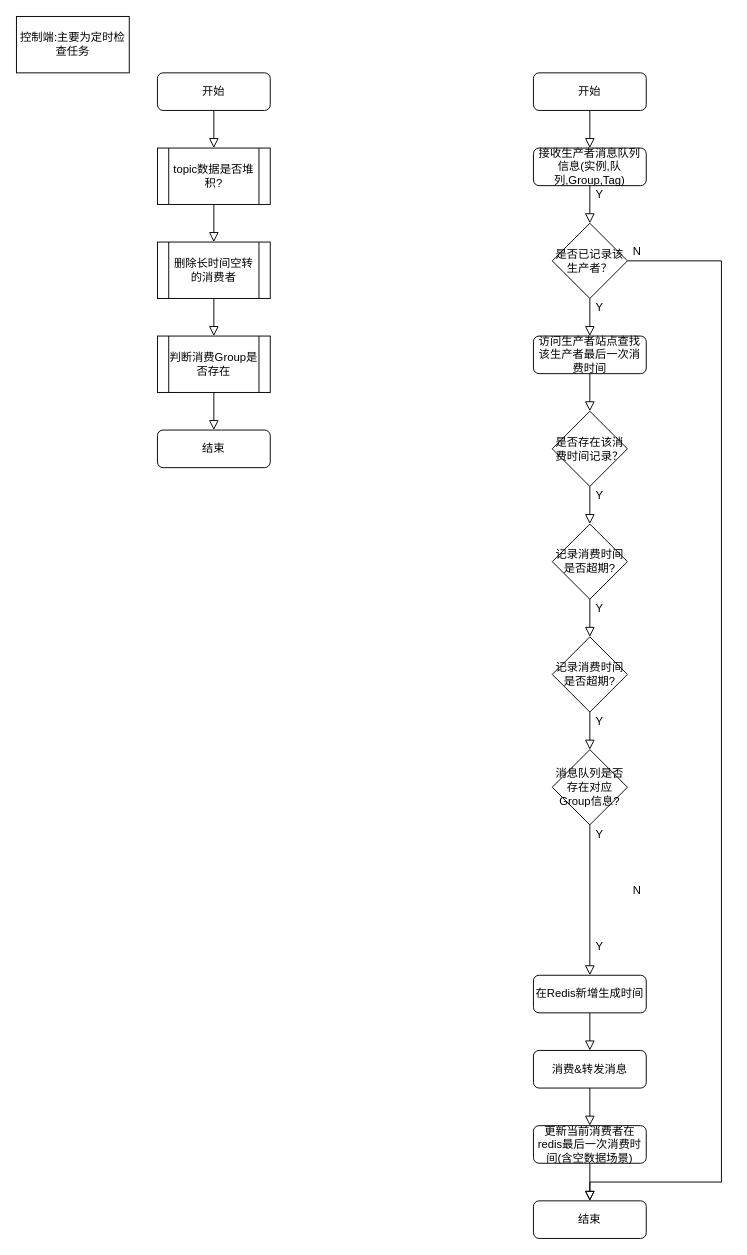
The draw.io diagram page "消息队列控制端" (4 of 5) of 懂牛生产者.drawio in yigoC/test, before the edit. Source tidied: cells renumbered, new cells numbered last; positions are measured from the earlier drawing's top-left corner, leaving out a move shared by most shapes. Both pictures are drawn from the tidied source at 94%, with x=0, y=0 at pixel (16, 16).
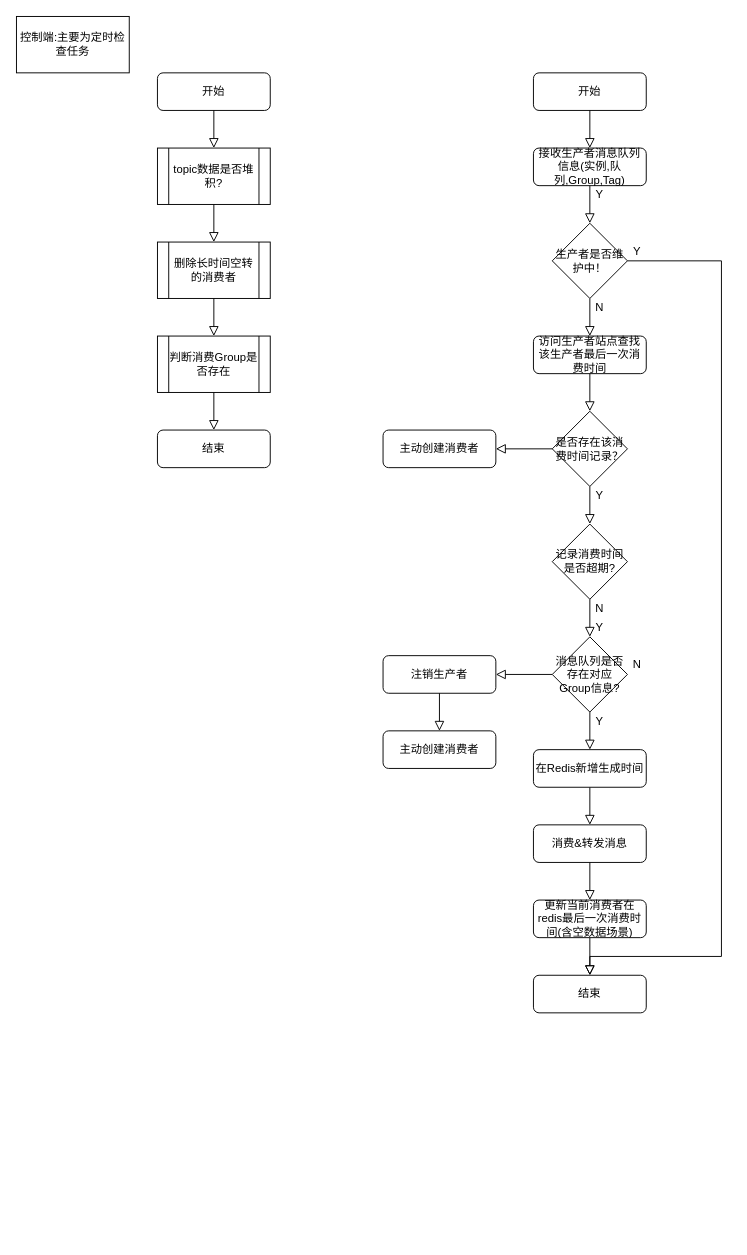
After the change.

The change refers to these unchanged cells:
```xml
<mxCell id="31" value="是否存在该消费时间记录？" style="rhombus;whiteSpace=wrap;html=1;" parent="1" vertex="1">
  <mxGeometry x="570" y="420" width="80" height="80" as="geometry" />
</mxCell>
<mxCell id="33" value="记录消费时间是否超期?" style="rhombus;whiteSpace=wrap;html=1;" parent="1" vertex="1">
  <mxGeometry x="570" y="540" width="80" height="80" as="geometry" />
</mxCell>
```

What changed in the source:
```diff
@@
     <mxCell id="14" value="结束" style="rounded=1;whiteSpace=wrap;html=1;fontSize=12;glass=0;strokeWidth=1;shadow=0;" parent="1" vertex="1">
-      <mxGeometry x="550" y="1260" width="120" height="40" as="geometry" />
+      <mxGeometry x="550" y="1020" width="120" height="40" as="geometry" />
     </mxCell>
@@
     <mxCell id="18" value="消费&amp;amp;转发消息" style="rounded=1;whiteSpace=wrap;html=1;fontSize=12;glass=0;strokeWidth=1;shadow=0;" parent="1" vertex="1">
-      <mxGeometry x="550" y="1100" width="120" height="40" as="geometry" />
+      <mxGeometry x="550" y="860" width="120" height="40" as="geometry" />
     </mxCell>
@@
     <mxCell id="22" value="消息队列是否存在对应Group信息?" style="rhombus;whiteSpace=wrap;html=1;" parent="1" vertex="1">
-      <mxGeometry x="570" y="780" width="80" height="80" as="geometry" />
+      <mxGeometry x="570" y="660" width="80" height="80" as="geometry" />
     </mxCell>
-    <mxCell id="23" style="rounded=0;html=1;jettySize=auto;fontSize=11;endArrow=block;endFill=0;endSize=8;strokeWidth=1;shadow=0;labelBackgroundColor=none;edgeStyle=orthogonalEdgeStyle;exitX=0.5;exitY=1;exitDx=0;exitDy=0;" parent="1" edge="1" source="35" target="22">
-      <mxGeometry relative="1" as="geometry" />
-    </mxCell>
     <mxCell id="24" value="Y" style="text;html=1;align=center;verticalAlign=middle;" parent="1" vertex="1">
-      <mxGeometry x="610" y="980" width="20" height="20" as="geometry" />
+      <mxGeometry x="610" y="740" width="20" height="20" as="geometry" />
     </mxCell>
     <mxCell id="25" value="N" style="text;html=1;align=center;verticalAlign=middle;" parent="1" vertex="1">
-      <mxGeometry x="650" y="920" width="20" height="20" as="geometry" />
+      <mxGeometry x="650" y="680" width="20" height="20" as="geometry" />
     </mxCell>
     <mxCell id="26" value="在Redis新增生成时间" style="rounded=1;whiteSpace=wrap;html=1;fontSize=12;glass=0;strokeWidth=1;shadow=0;" parent="1" vertex="1">
-      <mxGeometry x="550" y="1020" width="120" height="40" as="geometry" />
+      <mxGeometry x="550" y="780" width="120" height="40" as="geometry" />
     </mxCell>
@@
     <mxCell id="28" value="更新当前消费者在redis最后一次消费时间(含空数据场景)" style="rounded=1;whiteSpace=wrap;html=1;fontSize=12;glass=0;strokeWidth=1;shadow=0;" parent="1" vertex="1">
-      <mxGeometry x="550" y="1180" width="120" height="40" as="geometry" />
+      <mxGeometry x="550" y="940" width="120" height="40" as="geometry" />
     </mxCell>
@@
-    <mxCell id="30" value="是否已记录该生产者？" style="rhombus;whiteSpace=wrap;html=1;" parent="1" vertex="1">
+    <mxCell id="30" value="生产者是否维护中！" style="rhombus;whiteSpace=wrap;html=1;" parent="1" vertex="1">
       <mxGeometry x="570" y="220" width="80" height="80" as="geometry" />
     </mxCell>
@@
-    <mxCell id="35" value="记录消费时间是否超期?" style="rhombus;whiteSpace=wrap;html=1;" parent="1" vertex="1">
-      <mxGeometry x="570" y="660" width="80" height="80" as="geometry" />
-    </mxCell>
-    <mxCell id="36" style="rounded=0;html=1;jettySize=auto;fontSize=11;endArrow=block;endFill=0;endSize=8;strokeWidth=1;shadow=0;labelBackgroundColor=none;edgeStyle=orthogonalEdgeStyle;" parent="1" edge="1" source="33" target="35">
+    <mxCell id="36" style="rounded=0;html=1;jettySize=auto;fontSize=11;endArrow=block;endFill=0;endSize=8;strokeWidth=1;shadow=0;labelBackgroundColor=none;edgeStyle=orthogonalEdgeStyle;entryX=0.5;entryY=0;entryDx=0;entryDy=0;" parent="1" edge="1" source="33" target="22">
       <mxGeometry relative="1" as="geometry" />
     </mxCell>
@@
-    <mxCell id="38" value="Y&lt;br&gt;" style="text;html=1;align=center;verticalAlign=middle;" parent="1" vertex="1">
+    <mxCell id="38" value="N" style="text;html=1;align=center;verticalAlign=middle;" parent="1" vertex="1">
       <mxGeometry x="610" y="620" width="20" height="20" as="geometry" />
     </mxCell>
-    <mxCell id="39" value="Y&lt;br&gt;" style="text;html=1;align=center;verticalAlign=middle;" parent="1" vertex="1">
-      <mxGeometry x="610" y="740" width="20" height="20" as="geometry" />
-    </mxCell>
     <mxCell id="40" value="Y&lt;br&gt;" style="text;html=1;align=center;verticalAlign=middle;" parent="1" vertex="1">
-      <mxGeometry x="610" y="860" width="20" height="20" as="geometry" />
+      <mxGeometry x="610" y="640" width="20" height="20" as="geometry" />
     </mxCell>
@@
     <mxCell id="42" style="rounded=0;html=1;jettySize=auto;fontSize=11;endArrow=block;endFill=0;endSize=8;strokeWidth=1;shadow=0;labelBackgroundColor=none;edgeStyle=orthogonalEdgeStyle;exitX=1;exitY=0.5;exitDx=0;exitDy=0;" parent="1" edge="1" source="30">
       <mxGeometry relative="1" as="geometry">
-        <mxPoint x="610" y="1260" as="targetPoint" />
+        <mxPoint x="610" y="1020" as="targetPoint" />
         <Array as="points">
           <mxPoint x="750" y="260" />
-          <mxPoint x="750" y="1240" />
-          <mxPoint x="610" y="1240" />
+          <mxPoint x="750" y="1000" />
+          <mxPoint x="610" y="1000" />
         </Array>
       </mxGeometry>
     </mxCell>
-    <mxCell id="43" value="N" style="text;html=1;align=center;verticalAlign=middle;" parent="1" vertex="1">
+    <mxCell id="43" value="Y" style="text;html=1;align=center;verticalAlign=middle;" parent="1" vertex="1">
       <mxGeometry x="650" y="240" width="20" height="20" as="geometry" />
     </mxCell>
-    <mxCell id="44" value="Y&lt;br&gt;" style="text;html=1;align=center;verticalAlign=middle;" parent="1" vertex="1">
+    <mxCell id="44" value="N" style="text;html=1;align=center;verticalAlign=middle;" parent="1" vertex="1">
       <mxGeometry x="610" y="300" width="20" height="20" as="geometry" />
     </mxCell>
+    <mxCell id="45" value="主动创建消费者" style="rounded=1;whiteSpace=wrap;html=1;fontSize=12;glass=0;strokeWidth=1;shadow=0;" parent="1" vertex="1">
+      <mxGeometry x="390" y="440" width="120" height="40" as="geometry" />
+    </mxCell>
+    <mxCell id="46" style="rounded=0;html=1;jettySize=auto;fontSize=11;endArrow=block;endFill=0;endSize=8;strokeWidth=1;shadow=0;labelBackgroundColor=none;edgeStyle=orthogonalEdgeStyle;entryX=1;entryY=0.5;entryDx=0;entryDy=0;exitX=0;exitY=0.5;exitDx=0;exitDy=0;" parent="1" edge="1" source="31" target="45">
+      <mxGeometry relative="1" as="geometry" />
+    </mxCell>
+    <mxCell id="47" value="注销生产者" style="rounded=1;whiteSpace=wrap;html=1;fontSize=12;glass=0;strokeWidth=1;shadow=0;" parent="1" vertex="1">
+      <mxGeometry x="390" y="680" width="120" height="40" as="geometry" />
+    </mxCell>
+    <mxCell id="48" style="rounded=0;html=1;jettySize=auto;fontSize=11;endArrow=block;endFill=0;endSize=8;strokeWidth=1;shadow=0;labelBackgroundColor=none;edgeStyle=orthogonalEdgeStyle;entryX=1;entryY=0.5;entryDx=0;entryDy=0;exitX=0;exitY=0.5;exitDx=0;exitDy=0;" parent="1" edge="1" source="22" target="47">
+      <mxGeometry relative="1" as="geometry" />
+    </mxCell>
+    <mxCell id="49" value="主动创建消费者" style="rounded=1;whiteSpace=wrap;html=1;fontSize=12;glass=0;strokeWidth=1;shadow=0;" parent="1" vertex="1">
+      <mxGeometry x="390" y="760" width="120" height="40" as="geometry" />
+    </mxCell>
+    <mxCell id="50" style="rounded=0;html=1;jettySize=auto;fontSize=11;endArrow=block;endFill=0;endSize=8;strokeWidth=1;shadow=0;labelBackgroundColor=none;edgeStyle=orthogonalEdgeStyle;entryX=0.5;entryY=0;entryDx=0;entryDy=0;exitX=0.5;exitY=1;exitDx=0;exitDy=0;" parent="1" edge="1" source="47" target="49">
+      <mxGeometry relative="1" as="geometry" />
+    </mxCell>
```
